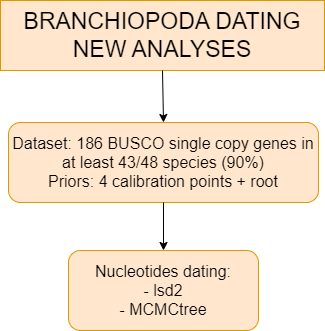
Above: Branchio_new_pipeline.drawio.png in NiccoloRighetti/Branchio_Tree (draw.io), before the change. Source tidied: cells renumbered, new cells last; positions are measured from the earlier drawing's top-left corner, leaving out a move shared by most shapes.
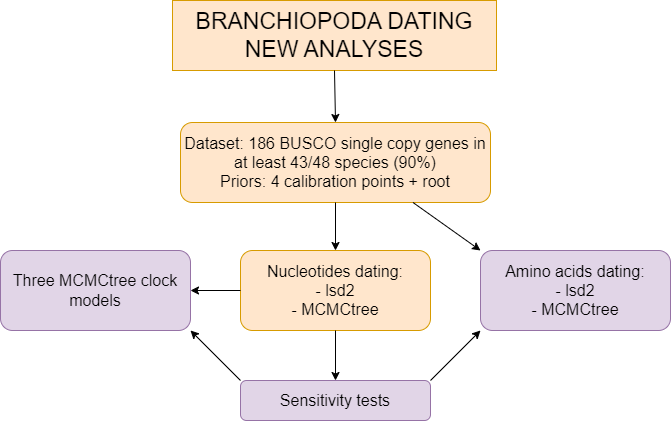
After the commit.

Change to the diagram source:
```diff
@@ -17,5 +17,29 @@
     <mxCell id="6" style="endArrow=classic;html=1;rounded=0;entryX=0.5;entryY=0;entryDx=0;entryDy=0;exitX=0.5;exitY=1;exitDx=0;exitDy=0;" parent="1" edge="1" source="4" target="5">
       <mxGeometry relative="1" as="geometry" />
     </mxCell>
+    <mxCell id="7" value="&lt;span style=&quot;font-size: 16px;&quot;&gt;Sensitivity tests&lt;br&gt;&lt;/span&gt;" style="rounded=1;whiteSpace=wrap;html=1;fillColor=#e1d5e7;strokeColor=#9673a6;" parent="1" vertex="1">
+      <mxGeometry x="68" y="380" width="190" height="40" as="geometry" />
+    </mxCell>
+    <mxCell id="8" style="endArrow=classic;html=1;rounded=0;entryX=0.5;entryY=0;entryDx=0;entryDy=0;exitX=0.5;exitY=1;exitDx=0;exitDy=0;" parent="1" edge="1" source="5" target="7">
+      <mxGeometry relative="1" as="geometry" />
+    </mxCell>
+    <mxCell id="9" value="&lt;span style=&quot;font-size: 16px;&quot;&gt;Amino acids dating:&lt;br&gt;- lsd2&lt;br&gt;- MCMCtree&lt;br&gt;&lt;/span&gt;" style="rounded=1;whiteSpace=wrap;html=1;fillColor=#e1d5e7;strokeColor=#9673a6;" parent="1" vertex="1">
+      <mxGeometry x="308" y="250" width="190" height="80" as="geometry" />
+    </mxCell>
+    <mxCell id="10" style="endArrow=classic;html=1;rounded=0;entryX=0;entryY=1;entryDx=0;entryDy=0;exitX=1;exitY=0;exitDx=0;exitDy=0;" parent="1" edge="1" source="7" target="9">
+      <mxGeometry relative="1" as="geometry" />
+    </mxCell>
+    <mxCell id="11" style="endArrow=classic;html=1;rounded=0;entryX=0;entryY=0;entryDx=0;entryDy=0;exitX=0.75;exitY=1;exitDx=0;exitDy=0;" parent="1" edge="1" source="4" target="9">
+      <mxGeometry relative="1" as="geometry" />
+    </mxCell>
+    <mxCell id="12" value="&lt;span style=&quot;font-size: 16px;&quot;&gt;Three MCMCtree clock models&lt;br&gt;&lt;/span&gt;" style="rounded=1;whiteSpace=wrap;html=1;fillColor=#e1d5e7;strokeColor=#9673a6;" parent="1" vertex="1">
+      <mxGeometry x="-172" y="250" width="190" height="80" as="geometry" />
+    </mxCell>
+    <mxCell id="13" style="endArrow=classic;html=1;rounded=0;entryX=1;entryY=1;entryDx=0;entryDy=0;exitX=0;exitY=0;exitDx=0;exitDy=0;" parent="1" edge="1" source="7" target="12">
+      <mxGeometry relative="1" as="geometry" />
+    </mxCell>
+    <mxCell id="14" style="endArrow=classic;html=1;rounded=0;entryX=1;entryY=0.5;entryDx=0;entryDy=0;exitX=0;exitY=0.5;exitDx=0;exitDy=0;" parent="1" edge="1" source="5" target="12">
+      <mxGeometry relative="1" as="geometry" />
+    </mxCell>
   </root>
 </mxGraphModel>
```
